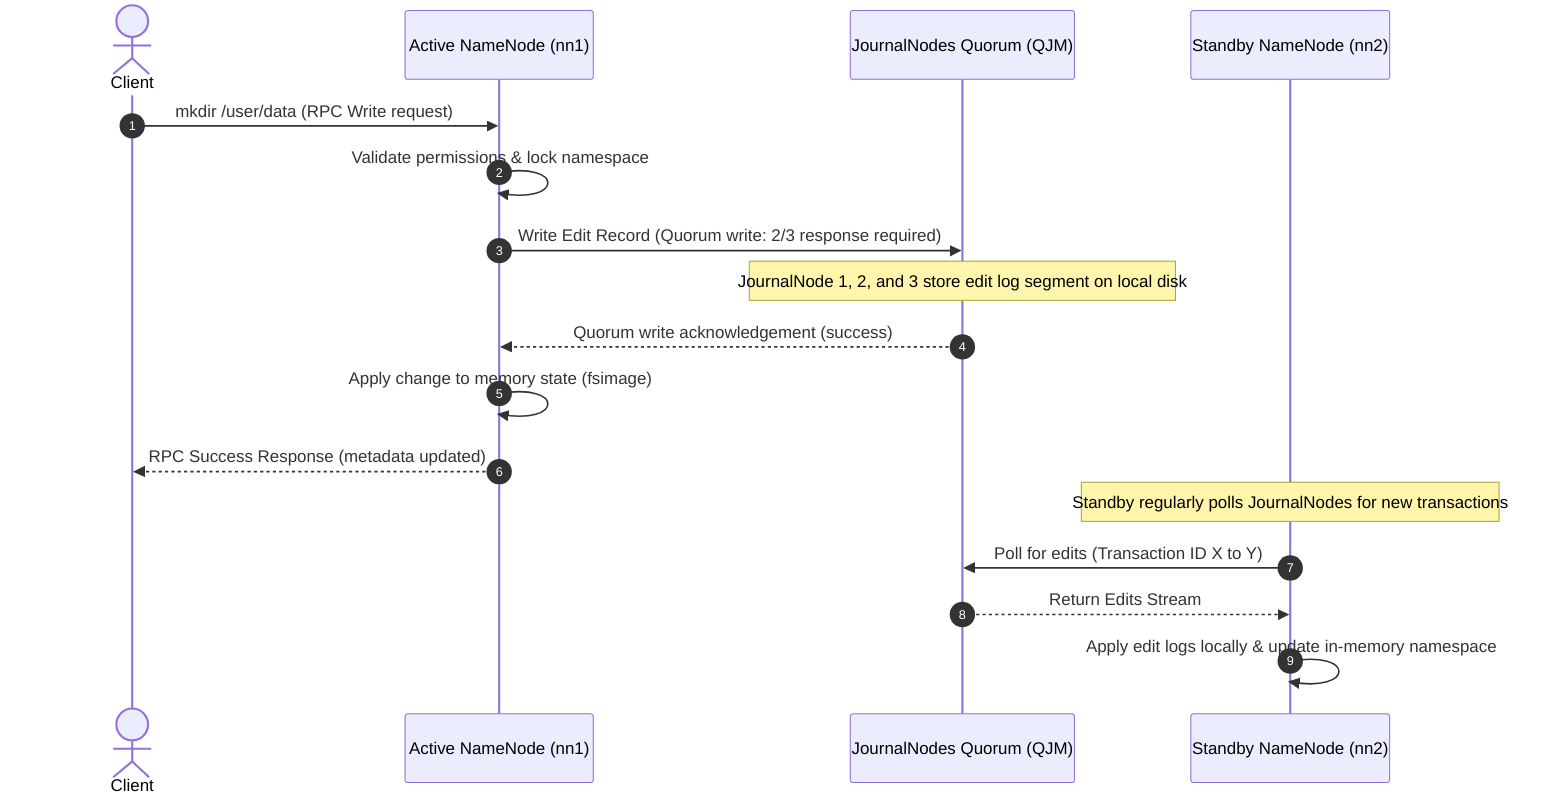
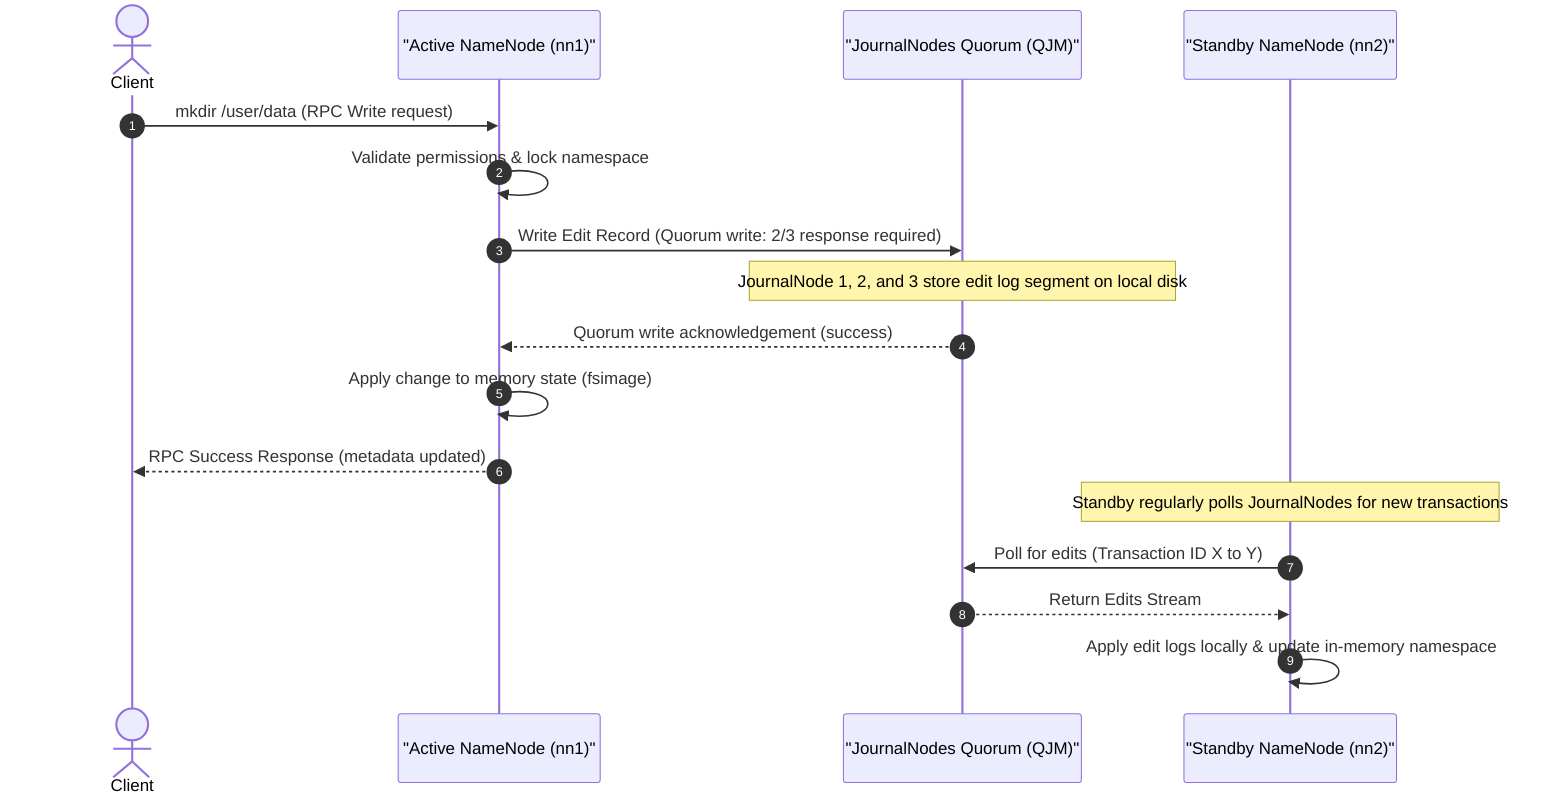
sequenceDiagram
    autonumber
    actor Client
-     participant ActiveNN as Active NameNode (nn1)
-     participant JNs as JournalNodes Quorum (QJM)
-     participant StandbyNN as Standby NameNode (nn2)
+     participant ActiveNN as "Active NameNode (nn1)"
+     participant JNs as "JournalNodes Quorum (QJM)"
+     participant StandbyNN as "Standby NameNode (nn2)"

    Client->>ActiveNN: mkdir /user/data (RPC Write request)
    ActiveNN->>ActiveNN: Validate permissions & lock namespace
    ActiveNN->>JNs: Write Edit Record (Quorum write: 2/3 response required)
    Note over JNs: JournalNode 1, 2, and 3 store edit log segment on local disk
    JNs-->>ActiveNN: Quorum write acknowledgement (success)
    ActiveNN->>ActiveNN: Apply change to memory state (fsimage)
    ActiveNN-->>Client: RPC Success Response (metadata updated)

    Note over StandbyNN: Standby regularly polls JournalNodes for new transactions
    StandbyNN->>JNs: Poll for edits (Transaction ID X to Y)
    JNs-->>StandbyNN: Return Edits Stream
    StandbyNN->>StandbyNN: Apply edit logs locally & update in-memory namespace
